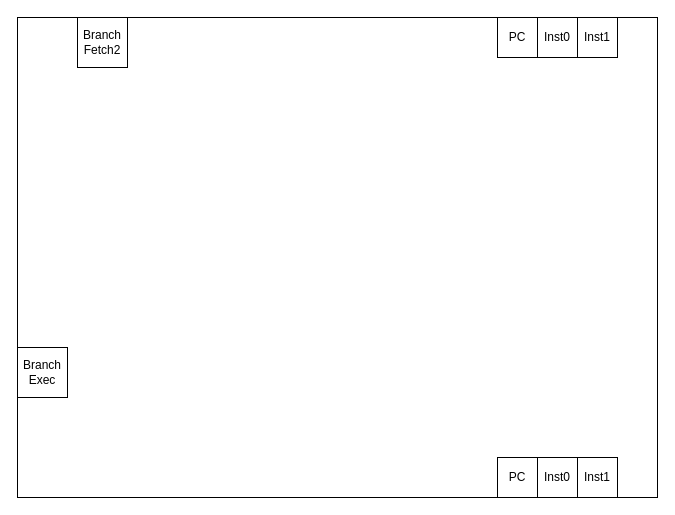
The draw.io diagram Diagrammi/Fetch2.drawio in The90Frank/MinorArmAnalyzer, before the edit. Source tidied: cells renumbered, new cells numbered last; positions are measured from the earlier drawing's top-left corner, leaving out a move shared by most shapes. Both pictures are drawn from the tidied source at 100%, with x=0, y=0 at pixel (17, 17).
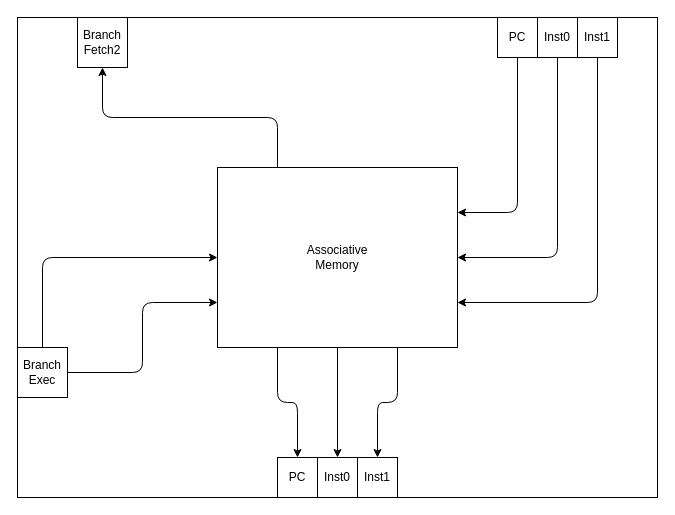
The same diagram, later.

The change refers to these unchanged cells:
```xml
<mxCell id="3" value="Inst1" style="whiteSpace=wrap;html=1;" parent="1" vertex="1">
  <mxGeometry x="560" width="40" height="40" as="geometry" />
</mxCell>
<mxCell id="4" value="Inst0" style="whiteSpace=wrap;html=1;" parent="1" vertex="1">
  <mxGeometry x="520" width="40" height="40" as="geometry" />
</mxCell>
<mxCell id="5" value="Branch&lt;br&gt;Fetch2" style="whiteSpace=wrap;html=1;" parent="1" vertex="1">
  <mxGeometry x="60" width="50" height="50" as="geometry" />
</mxCell>
<mxCell id="8" value="PC" style="whiteSpace=wrap;html=1;" parent="1" vertex="1">
  <mxGeometry x="480" width="40" height="40" as="geometry" />
</mxCell>
<mxCell id="10" value="Branch&lt;br&gt;Exec" style="whiteSpace=wrap;html=1;" parent="1" vertex="1">
  <mxGeometry y="330" width="50" height="50" as="geometry" />
</mxCell>
```

Diff of the diagram source:
```diff
@@
+    <mxCell id="11" style="edgeStyle=orthogonalEdgeStyle;rounded=1;jettySize=auto;html=1;exitX=0.5;exitY=1;exitDx=0;exitDy=0;entryX=1;entryY=0.75;entryDx=0;entryDy=0;" parent="1" edge="1" source="3" target="20">
+      <mxGeometry relative="1" as="geometry" />
+    </mxCell>
@@
+    <mxCell id="12" style="edgeStyle=orthogonalEdgeStyle;rounded=1;jettySize=auto;html=1;exitX=0.5;exitY=1;exitDx=0;exitDy=0;entryX=1;entryY=0.5;entryDx=0;entryDy=0;" parent="1" edge="1" source="4" target="20">
+      <mxGeometry relative="1" as="geometry" />
+    </mxCell>
@@
     <mxCell id="6" value="Inst1" style="whiteSpace=wrap;html=1;" parent="1" vertex="1">
-      <mxGeometry x="560" y="440" width="40" height="40" as="geometry" />
+      <mxGeometry x="340" y="440" width="40" height="40" as="geometry" />
     </mxCell>
     <mxCell id="7" value="Inst0" style="whiteSpace=wrap;html=1;" parent="1" vertex="1">
-      <mxGeometry x="520" y="440" width="40" height="40" as="geometry" />
+      <mxGeometry x="300" y="440" width="40" height="40" as="geometry" />
     </mxCell>
+    <mxCell id="13" style="edgeStyle=orthogonalEdgeStyle;rounded=1;jettySize=auto;html=1;exitX=0.5;exitY=1;exitDx=0;exitDy=0;entryX=1;entryY=0.25;entryDx=0;entryDy=0;" parent="1" edge="1" source="8" target="20">
+      <mxGeometry relative="1" as="geometry" />
+    </mxCell>
@@
     <mxCell id="9" value="PC" style="whiteSpace=wrap;html=1;" parent="1" vertex="1">
-      <mxGeometry x="480" y="440" width="40" height="40" as="geometry" />
+      <mxGeometry x="260" y="440" width="40" height="40" as="geometry" />
     </mxCell>
+    <mxCell id="14" style="edgeStyle=orthogonalEdgeStyle;rounded=1;jettySize=auto;html=1;exitX=1;exitY=0.5;exitDx=0;exitDy=0;entryX=0;entryY=0.75;entryDx=0;entryDy=0;" parent="1" edge="1" source="10" target="20">
+      <mxGeometry relative="1" as="geometry" />
+    </mxCell>
+    <mxCell id="15" style="edgeStyle=orthogonalEdgeStyle;rounded=1;jettySize=auto;html=1;exitX=0.5;exitY=0;exitDx=0;exitDy=0;entryX=0;entryY=0.5;entryDx=0;entryDy=0;" parent="1" edge="1" source="10" target="20">
+      <mxGeometry relative="1" as="geometry" />
+    </mxCell>
@@
+    <mxCell id="16" style="edgeStyle=orthogonalEdgeStyle;rounded=1;jettySize=auto;html=1;exitX=0.25;exitY=0;exitDx=0;exitDy=0;entryX=0.5;entryY=1;entryDx=0;entryDy=0;" parent="1" edge="1" source="20" target="5">
+      <mxGeometry relative="1" as="geometry" />
+    </mxCell>
+    <mxCell id="17" style="edgeStyle=orthogonalEdgeStyle;rounded=1;jettySize=auto;html=1;exitX=0.25;exitY=1;exitDx=0;exitDy=0;entryX=0.5;entryY=0;entryDx=0;entryDy=0;" parent="1" edge="1" source="20" target="9">
+      <mxGeometry relative="1" as="geometry" />
+    </mxCell>
+    <mxCell id="18" style="edgeStyle=orthogonalEdgeStyle;rounded=1;jettySize=auto;html=1;exitX=0.5;exitY=1;exitDx=0;exitDy=0;entryX=0.5;entryY=0;entryDx=0;entryDy=0;" parent="1" edge="1" source="20" target="7">
+      <mxGeometry relative="1" as="geometry" />
+    </mxCell>
+    <mxCell id="19" style="edgeStyle=orthogonalEdgeStyle;rounded=1;jettySize=auto;html=1;exitX=0.75;exitY=1;exitDx=0;exitDy=0;entryX=0.5;entryY=0;entryDx=0;entryDy=0;" parent="1" edge="1" source="20" target="6">
+      <mxGeometry relative="1" as="geometry" />
+    </mxCell>
+    <mxCell id="20" value="Associative&lt;br&gt;Memory" style="rounded=0;whiteSpace=wrap;html=1;" parent="1" vertex="1">
+      <mxGeometry x="200" y="150" width="240" height="180" as="geometry" />
+    </mxCell>
```
